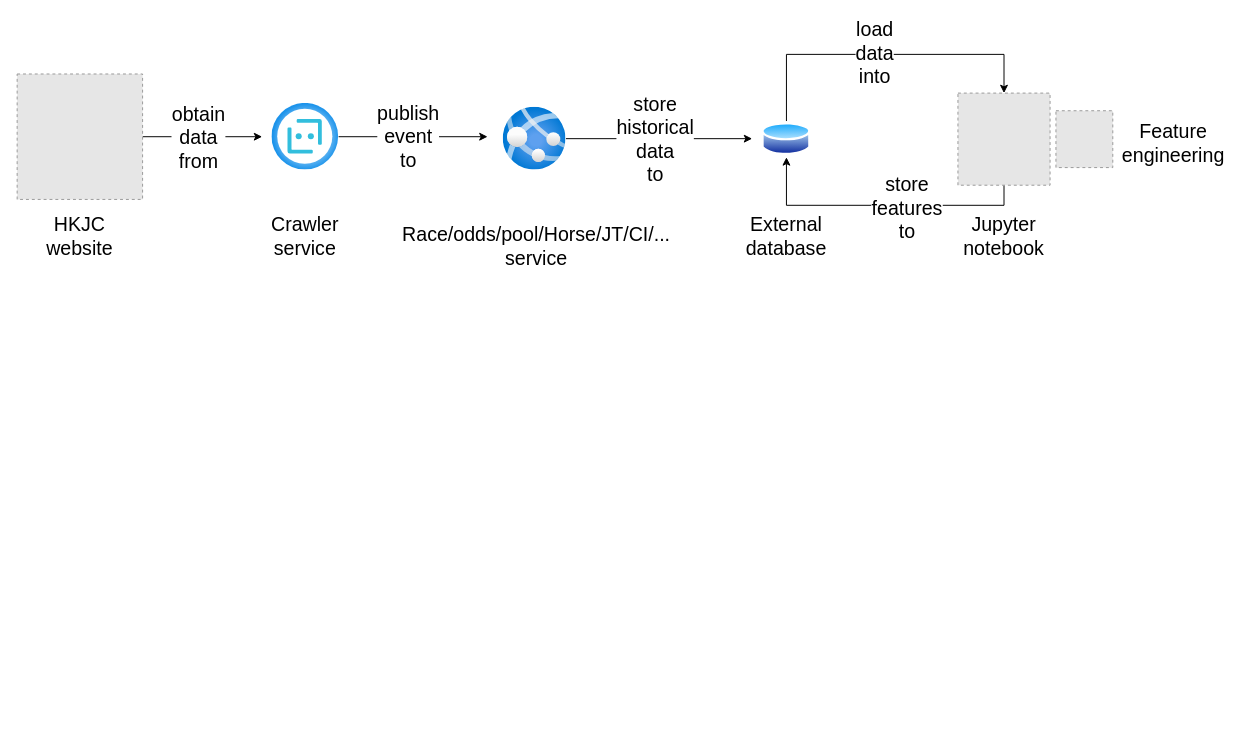
The draw.io diagram page "Data process" (2 of 2) of feature_diagram.drawio in tommy202201/HKJC, before the edit. Source tidied: cells renumbered, new cells numbered last; positions are measured from the earlier drawing's top-left corner, leaving out a move shared by most shapes. Both pictures are drawn from the tidied source at 98%, with x=0, y=0 at pixel (17, 54). Pictures stored in the file or linked from it are replaced by grey dashed boxes.
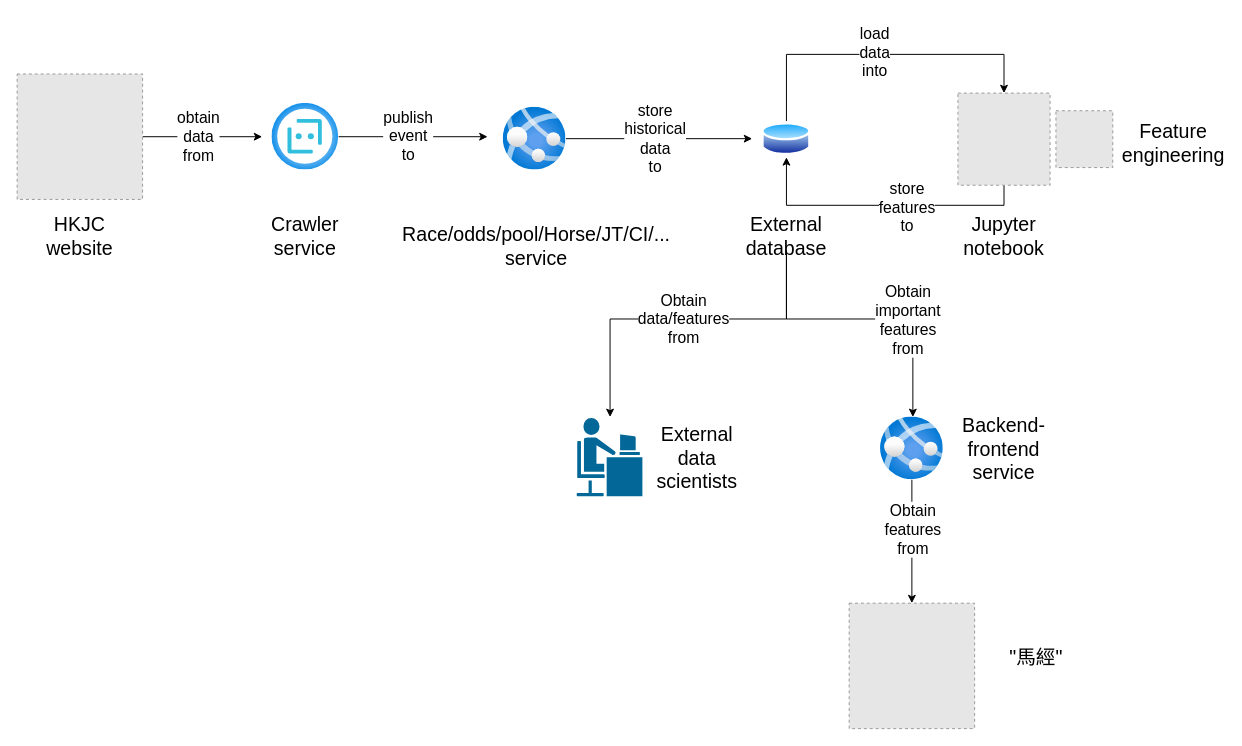
After the change.

Unchanged cells that the change refers to:
```xml
<mxCell id="2" style="edgeStyle=orthogonalEdgeStyle;rounded=0;jettySize=auto;html=1;exitX=1;exitY=0.5;exitDx=0;exitDy=0;fontSize=20;" parent="1" edge="1" source="4">
  <mxGeometry relative="1" as="geometry">
    <mxPoint x="250" y="84" as="targetPoint" />
  </mxGeometry>
</mxCell>
<mxCell id="6" style="edgeStyle=orthogonalEdgeStyle;rounded=0;jettySize=auto;html=1;fontSize=20;" parent="1" edge="1" source="8">
  <mxGeometry relative="1" as="geometry">
    <mxPoint x="480" y="84" as="targetPoint" />
  </mxGeometry>
</mxCell>
<mxCell id="10" style="edgeStyle=orthogonalEdgeStyle;rounded=0;jettySize=auto;html=1;fontSize=20;" parent="1" edge="1" source="12">
  <mxGeometry relative="1" as="geometry">
    <mxPoint x="750" y="86" as="targetPoint" />
  </mxGeometry>
</mxCell>
<mxCell id="14" style="edgeStyle=orthogonalEdgeStyle;rounded=0;jettySize=auto;html=1;fontSize=20;" parent="1" edge="1" source="16" target="20">
  <mxGeometry relative="1" as="geometry">
    <Array as="points">
      <mxPoint x="785" />
      <mxPoint x="1007" />
    </Array>
  </mxGeometry>
</mxCell>
<mxCell id="17" value="External database" style="text;html=1;strokeColor=none;fillColor=none;align=center;verticalAlign=middle;whiteSpace=wrap;rounded=0;fontSize=20;" parent="1" vertex="1">
  <mxGeometry x="755" y="170" width="60" height="30" as="geometry" />
</mxCell>
<mxCell id="18" style="edgeStyle=orthogonalEdgeStyle;rounded=0;jettySize=auto;html=1;entryX=0.5;entryY=1;entryDx=0;entryDy=0;fontSize=20;" parent="1" edge="1" source="20" target="16">
  <mxGeometry relative="1" as="geometry">
    <Array as="points">
      <mxPoint x="1007" y="154" />
      <mxPoint x="785" y="154" />
    </Array>
  </mxGeometry>
</mxCell>
```

Diff of the diagram source:
```diff
@@
-    <mxCell id="3" value="obtain&lt;br&gt;data&lt;br&gt;from" style="edgeLabel;html=1;align=center;verticalAlign=middle;fontSize=20;" parent="2" vertex="1">
+    <mxCell id="3" value="obtain&lt;br style=&quot;font-size: 16px;&quot;&gt;data&lt;br style=&quot;font-size: 16px;&quot;&gt;from" style="edgeLabel;html=1;align=center;verticalAlign=middle;fontSize=16;" parent="2" vertex="1">
       <mxGeometry x="-0.08" y="1" relative="1" as="geometry" />
     </mxCell>
@@
-    <mxCell id="7" value="publish&lt;br&gt;event&lt;br&gt;to" style="edgeLabel;html=1;align=center;verticalAlign=middle;fontSize=20;" parent="6" vertex="1">
+    <mxCell id="7" value="publish&lt;br style=&quot;font-size: 16px;&quot;&gt;event&lt;br style=&quot;font-size: 16px;&quot;&gt;to" style="edgeLabel;html=1;align=center;verticalAlign=middle;fontSize=16;" parent="6" vertex="1">
       <mxGeometry x="-0.08" y="2" relative="1" as="geometry" />
     </mxCell>
@@
-    <mxCell id="11" value="store&lt;br&gt;historical&lt;br&gt;data&lt;br&gt;to" style="edgeLabel;html=1;align=center;verticalAlign=middle;fontSize=20;" parent="10" vertex="1">
+    <mxCell id="11" value="store&lt;br style=&quot;font-size: 16px;&quot;&gt;historical&lt;br style=&quot;font-size: 16px;&quot;&gt;data&lt;br style=&quot;font-size: 16px;&quot;&gt;to" style="edgeLabel;html=1;align=center;verticalAlign=middle;fontSize=16;" parent="10" vertex="1">
       <mxGeometry x="-0.05" y="1" relative="1" as="geometry" />
     </mxCell>
@@
-    <mxCell id="15" value="load&lt;br&gt;data&lt;br&gt;into" style="edgeLabel;html=1;align=center;verticalAlign=middle;fontSize=20;" parent="14" vertex="1">
+    <mxCell id="15" value="load&lt;br style=&quot;font-size: 16px;&quot;&gt;data&lt;br style=&quot;font-size: 16px;&quot;&gt;into" style="edgeLabel;html=1;align=center;verticalAlign=middle;fontSize=16;" parent="14" vertex="1">
       <mxGeometry x="-0.05" y="4" relative="1" as="geometry">
         <mxPoint y="1" as="offset" />
       </mxGeometry>
     </mxCell>
@@
+    <mxCell id="24" value="Obtain&lt;br style=&quot;font-size: 16px;&quot;&gt;data/features&lt;br style=&quot;font-size: 16px;&quot;&gt;from" style="edgeStyle=orthogonalEdgeStyle;rounded=0;jettySize=auto;html=1;fontSize=16;" parent="1" edge="1" source="17" target="27">
+      <mxGeometry relative="1" as="geometry">
+        <Array as="points">
+          <mxPoint x="785" y="270" />
+          <mxPoint x="605" y="270" />
+        </Array>
+      </mxGeometry>
+    </mxCell>
+    <mxCell id="25" style="edgeStyle=orthogonalEdgeStyle;rounded=0;jettySize=auto;html=1;fontSize=20;" parent="1" edge="1" source="17">
+      <mxGeometry relative="1" as="geometry">
+        <mxPoint x="914" y="370" as="targetPoint" />
+        <Array as="points">
+          <mxPoint x="785" y="270" />
+          <mxPoint x="914" y="270" />
+        </Array>
+      </mxGeometry>
+    </mxCell>
+    <mxCell id="26" value="Obtain&lt;br style=&quot;font-size: 16px;&quot;&gt;important&lt;br style=&quot;font-size: 16px;&quot;&gt;features&lt;br style=&quot;font-size: 16px;&quot;&gt;from" style="edgeLabel;html=1;align=center;verticalAlign=middle;fontSize=16;" parent="25" vertex="1">
+      <mxGeometry x="0.29" relative="1" as="geometry" />
+    </mxCell>
@@
-    <mxCell id="19" value="store&lt;br&gt;features&lt;br&gt;to" style="edgeLabel;html=1;align=center;verticalAlign=middle;fontSize=20;" parent="18" vertex="1">
+    <mxCell id="19" value="store&lt;br style=&quot;font-size: 16px;&quot;&gt;features&lt;br style=&quot;font-size: 16px;&quot;&gt;to" style="edgeLabel;html=1;align=center;verticalAlign=middle;fontSize=16;" parent="18" vertex="1">
       <mxGeometry x="-0.18" y="1" relative="1" as="geometry" />
     </mxCell>
@@
+    <mxCell id="27" style="shape=mxgraph.cisco.people.androgenous_person;html=1;dashed=0;fillColor=#036897;strokeColor=#ffffff;strokeWidth=2;verticalLabelPosition=bottom;verticalAlign=top;align=center;outlineConnect=0;fontSize=20;" parent="1" vertex="1">
+      <mxGeometry x="570" y="370" width="69" height="82" as="geometry" />
+    </mxCell>
+    <mxCell id="28" value="External data&lt;br&gt;scientists" style="text;html=1;strokeColor=none;fillColor=none;align=center;verticalAlign=middle;whiteSpace=wrap;rounded=0;fontSize=20;" parent="1" vertex="1">
+      <mxGeometry x="664" y="396" width="60" height="30" as="geometry" />
+    </mxCell>
+    <mxCell id="29" style="fillColor=#E6E6E6;strokeColor=#999999;dashed=1;html=1;verticalAlign=top;verticalLabelPosition=bottom;labelBackgroundColor=#ffffff;fontSize=20;" parent="1" vertex="1">
+      <mxGeometry x="849" y="560" width="128" height="128" as="geometry" />
+    </mxCell>
+    <mxCell id="30" value="Backend-frontend&lt;br&gt;service" style="text;html=1;strokeColor=none;fillColor=none;align=center;verticalAlign=middle;whiteSpace=wrap;rounded=0;fontSize=20;" parent="1" vertex="1">
+      <mxGeometry x="977" y="387" width="60" height="30" as="geometry" />
+    </mxCell>
+    <mxCell id="31" style="edgeStyle=orthogonalEdgeStyle;rounded=0;jettySize=auto;html=1;fontSize=16;" parent="1" edge="1" source="33" target="29">
+      <mxGeometry relative="1" as="geometry" />
+    </mxCell>
+    <mxCell id="32" value="Obtain&lt;br&gt;features&lt;br&gt;from" style="edgeLabel;html=1;align=center;verticalAlign=middle;fontSize=16;" parent="31" vertex="1">
+      <mxGeometry x="-0.21" relative="1" as="geometry" />
+    </mxCell>
+    <mxCell id="33" style="html=1;points=[];align=center;image;fontSize=12;image=img/lib/azure2/app_services/App_Services.svg;fillColor=#FFE6CC;gradientColor=#ffffff;gradientDirection=south;" parent="1" vertex="1">
+      <mxGeometry x="881" y="370" width="64" height="64" as="geometry" />
+    </mxCell>
+    <mxCell id="34" value="&quot;馬經&quot;" style="text;html=1;strokeColor=none;fillColor=none;align=center;verticalAlign=middle;whiteSpace=wrap;rounded=0;fontSize=20;" parent="1" vertex="1">
+      <mxGeometry x="1010" y="600" width="60" height="30" as="geometry" />
+    </mxCell>
```
